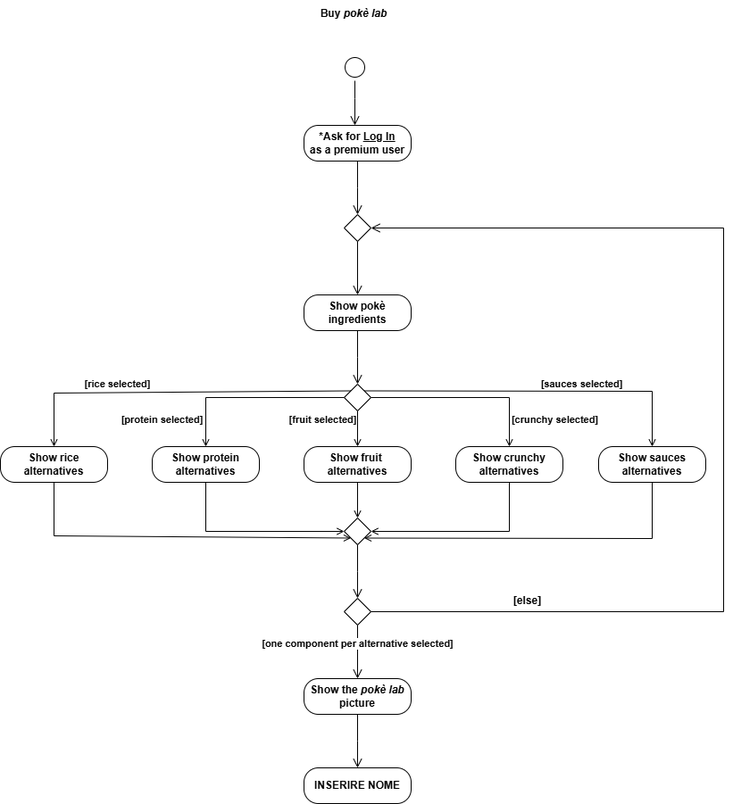
matteopinfildi/ISPW-Project keeps this draw.io diagram as diagrams/ActivityDiagram.drawio.png. Above is the earlier version. Source tidied: cells renumbered, new cells last; positions are measured from the earlier drawing's top-left corner, leaving out a move shared by most shapes.
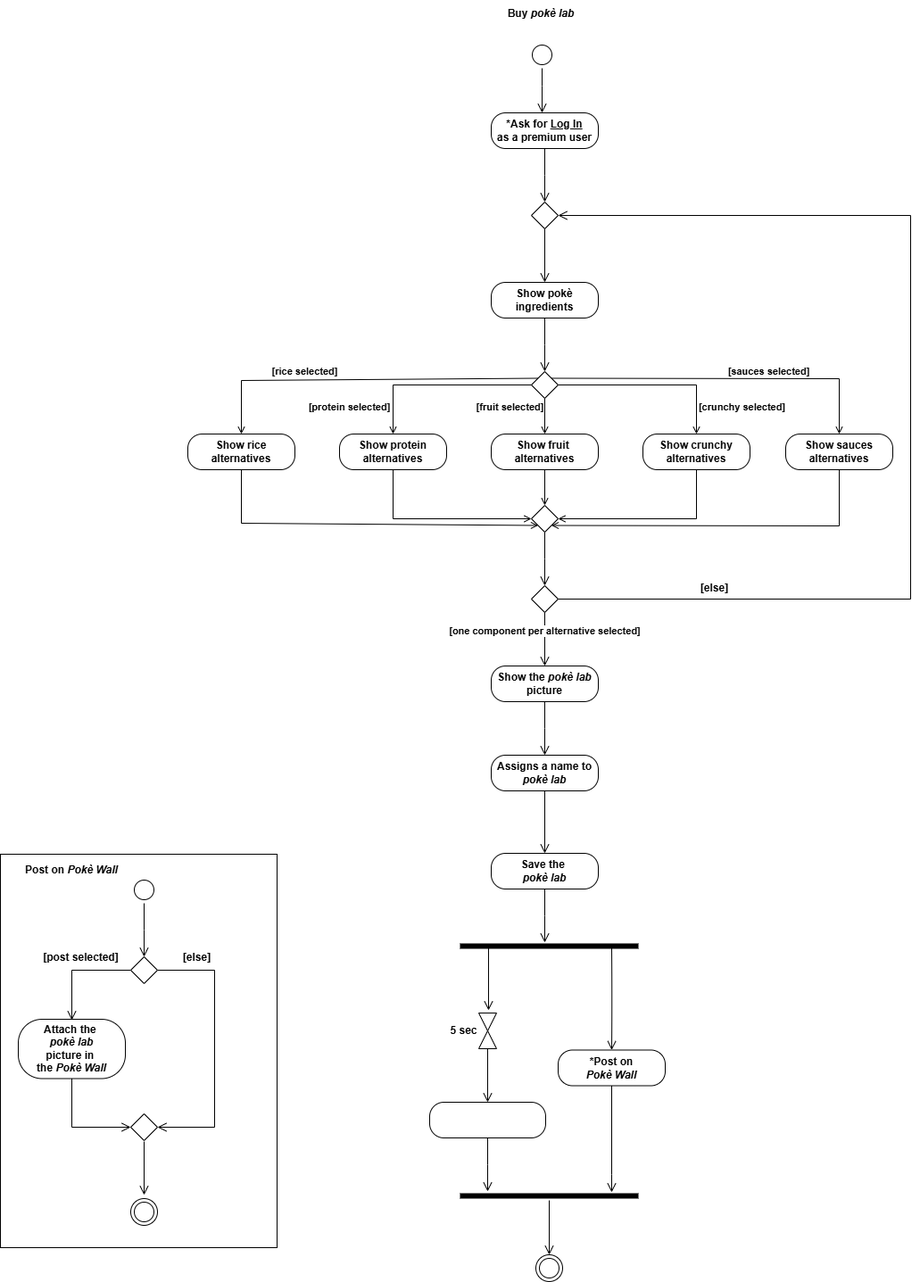
Later version of the same file.

Change to the diagram source:
```diff
@@ -3,7 +3,7 @@
     <mxCell id="0" />
     <mxCell id="1" parent="0" />
     <mxCell id="2" value="&lt;b&gt;Buy &lt;i&gt;pokè lab&lt;/i&gt;&lt;/b&gt;" style="text;html=1;align=center;verticalAlign=middle;whiteSpace=wrap;rounded=0;" parent="1" vertex="1">
-      <mxGeometry x="352" width="88" height="30" as="geometry" />
+      <mxGeometry x="352" y="14" width="88" height="30" as="geometry" />
     </mxCell>
     <mxCell id="3" style="ellipse;html=1;shape=startState;labelBackgroundColor=none;" parent="1" vertex="1">
       <mxGeometry x="382" y="60" width="30" height="30" as="geometry" />
@@ -182,8 +182,131 @@
         <mxPoint x="400" y="860" as="targetPoint" />
       </mxGeometry>
     </mxCell>
-    <mxCell id="40" value="&lt;b&gt;INSERIRE NOME&lt;/b&gt;" style="rounded=1;whiteSpace=wrap;html=1;arcSize=40;" parent="1" vertex="1">
+    <mxCell id="40" value="&lt;b&gt;Assigns a name to&lt;/b&gt;&lt;div&gt;&lt;b&gt;&lt;i&gt;pokè lab&lt;/i&gt;&lt;/b&gt;&lt;/div&gt;" style="rounded=1;whiteSpace=wrap;html=1;arcSize=40;" parent="1" vertex="1">
       <mxGeometry x="340" y="860" width="120" height="40" as="geometry" />
     </mxCell>
+    <mxCell id="41" style="edgeStyle=orthogonalEdgeStyle;html=1;verticalAlign=bottom;endArrow=open;endSize=8;rounded=0;" parent="1" edge="1">
+      <mxGeometry relative="1" as="geometry">
+        <mxPoint x="400" y="900" as="sourcePoint" />
+        <mxPoint x="400" y="970" as="targetPoint" />
+      </mxGeometry>
+    </mxCell>
+    <mxCell id="42" value="&lt;b&gt;Save the&amp;nbsp;&lt;/b&gt;&lt;div&gt;&lt;b&gt;&lt;i&gt;pokè lab&lt;/i&gt;&lt;/b&gt;&lt;/div&gt;" style="rounded=1;whiteSpace=wrap;html=1;arcSize=40;" parent="1" vertex="1">
+      <mxGeometry x="340" y="970" width="120" height="40" as="geometry" />
+    </mxCell>
+    <mxCell id="43" style="edgeStyle=orthogonalEdgeStyle;html=1;verticalAlign=bottom;endArrow=open;endSize=8;rounded=0;exitX=0.5;exitY=1;exitDx=0;exitDy=0;" parent="1" edge="1" source="42">
+      <mxGeometry relative="1" as="geometry">
+        <mxPoint x="400" y="1070" as="targetPoint" />
+      </mxGeometry>
+    </mxCell>
+    <mxCell id="44" style="shape=line;html=1;strokeWidth=6;labelBackgroundColor=none;" parent="1" vertex="1">
+      <mxGeometry x="305" y="1069" width="200" height="10" as="geometry" />
+    </mxCell>
+    <mxCell id="45" style="edgeStyle=orthogonalEdgeStyle;html=1;verticalAlign=bottom;endArrow=open;endSize=8;rounded=0;fontSize=12;curved=1;labelBackgroundColor=none;fontColor=default;" parent="1" edge="1">
+      <mxGeometry relative="1" as="geometry">
+        <mxPoint x="337" y="1076" as="sourcePoint" />
+        <mxPoint x="337" y="1146" as="targetPoint" />
+      </mxGeometry>
+    </mxCell>
+    <mxCell id="46" style="edgeStyle=orthogonalEdgeStyle;html=1;verticalAlign=bottom;endArrow=open;endSize=8;rounded=0;fontSize=12;curved=1;labelBackgroundColor=none;fontColor=default;entryX=0.5;entryY=0;entryDx=0;entryDy=0;" parent="1" edge="1" target="48">
+      <mxGeometry relative="1" as="geometry">
+        <mxPoint x="475" y="1076" as="sourcePoint" />
+      </mxGeometry>
+    </mxCell>
+    <mxCell id="47" value="&lt;b&gt;5 sec&lt;/b&gt;" style="shape=collate;html=1;spacingLeft=-55;labelBackgroundColor=none;" parent="1" vertex="1">
+      <mxGeometry x="326" y="1149" width="20" height="40" as="geometry" />
+    </mxCell>
+    <mxCell id="48" value="&lt;b&gt;*Post on&lt;/b&gt;&lt;div&gt;&lt;b&gt;&lt;i&gt;Pokè Wall&lt;/i&gt;&lt;/b&gt;&lt;/div&gt;" style="rounded=1;whiteSpace=wrap;html=1;arcSize=40;labelBackgroundColor=none;" parent="1" vertex="1">
+      <mxGeometry x="415" y="1190.5" width="120" height="40" as="geometry" />
+    </mxCell>
+    <mxCell id="49" style="edgeStyle=orthogonalEdgeStyle;html=1;verticalAlign=bottom;endArrow=open;endSize=8;rounded=0;fontSize=12;curved=1;labelBackgroundColor=none;fontColor=default;exitX=0.5;exitY=1;exitDx=0;exitDy=0;" parent="1" edge="1" source="48">
+      <mxGeometry relative="1" as="geometry">
+        <mxPoint x="475" y="1350" as="targetPoint" />
+        <Array as="points">
+          <mxPoint x="475" y="1330" />
+          <mxPoint x="475" y="1330" />
+        </Array>
+      </mxGeometry>
+    </mxCell>
+    <mxCell id="50" style="edgeStyle=orthogonalEdgeStyle;html=1;verticalAlign=bottom;endArrow=open;endSize=8;rounded=0;fontSize=12;curved=1;labelBackgroundColor=none;fontColor=default;" parent="1" edge="1">
+      <mxGeometry relative="1" as="geometry">
+        <mxPoint x="336" y="1189" as="sourcePoint" />
+        <mxPoint x="336" y="1249" as="targetPoint" />
+      </mxGeometry>
+    </mxCell>
+    <mxCell id="51" style="rounded=1;whiteSpace=wrap;html=1;arcSize=40;labelBackgroundColor=none;" parent="1" vertex="1">
+      <mxGeometry x="271" y="1249" width="130" height="40" as="geometry" />
+    </mxCell>
+    <mxCell id="52" style="edgeStyle=orthogonalEdgeStyle;html=1;verticalAlign=bottom;endArrow=open;endSize=8;rounded=0;fontSize=12;curved=1;labelBackgroundColor=none;fontColor=default;" parent="1" edge="1" source="51">
+      <mxGeometry relative="1" as="geometry">
+        <mxPoint x="336" y="1349" as="targetPoint" />
+      </mxGeometry>
+    </mxCell>
+    <mxCell id="53" style="shape=line;html=1;strokeWidth=6;labelBackgroundColor=none;" parent="1" vertex="1">
+      <mxGeometry x="305" y="1349" width="200" height="10" as="geometry" />
+    </mxCell>
+    <mxCell id="54" style="edgeStyle=orthogonalEdgeStyle;html=1;verticalAlign=bottom;endArrow=open;endSize=8;rounded=0;" parent="1" edge="1" source="53">
+      <mxGeometry relative="1" as="geometry">
+        <mxPoint x="405" y="1420" as="targetPoint" />
+      </mxGeometry>
+    </mxCell>
+    <mxCell id="55" style="ellipse;html=1;shape=endState;" parent="1" vertex="1">
+      <mxGeometry x="390" y="1420" width="30" height="30" as="geometry" />
+    </mxCell>
+    <mxCell id="56" style="rounded=0;whiteSpace=wrap;html=1;fillColor=none;labelBackgroundColor=none;" parent="1" vertex="1">
+      <mxGeometry x="-210" y="971" width="310" height="441" as="geometry" />
+    </mxCell>
+    <mxCell id="57" style="ellipse;html=1;shape=startState;labelBackgroundColor=none;" parent="1" vertex="1">
+      <mxGeometry x="-64" y="996" width="30" height="30" as="geometry" />
+    </mxCell>
+    <mxCell id="58" style="edgeStyle=orthogonalEdgeStyle;html=1;verticalAlign=bottom;endArrow=open;endSize=8;rounded=0;fontSize=12;curved=1;labelBackgroundColor=none;fontColor=default;" parent="1" edge="1" source="57">
+      <mxGeometry relative="1" as="geometry">
+        <mxPoint x="-49" y="1086" as="targetPoint" />
+      </mxGeometry>
+    </mxCell>
+    <mxCell id="59" value="&lt;b&gt;Attach the&amp;nbsp;&lt;/b&gt;&lt;div&gt;&lt;b style=&quot;background-color: transparent; color: light-dark(rgb(0, 0, 0), rgb(255, 255, 255));&quot;&gt;&lt;i&gt;pokè lab&lt;/i&gt;&lt;/b&gt;&lt;/div&gt;&lt;div&gt;&lt;b style=&quot;background-color: transparent; color: light-dark(rgb(0, 0, 0), rgb(255, 255, 255));&quot;&gt;picture in&amp;nbsp;&lt;/b&gt;&lt;/div&gt;&lt;div&gt;&lt;div&gt;&lt;b&gt;the &lt;i&gt;Pokè Wall&lt;/i&gt;&lt;/b&gt;&lt;/div&gt;&lt;/div&gt;" style="rounded=1;whiteSpace=wrap;html=1;arcSize=40;labelBackgroundColor=none;" parent="1" vertex="1">
+      <mxGeometry x="-190" y="1156" width="120" height="66.5" as="geometry" />
+    </mxCell>
+    <mxCell id="60" style="edgeStyle=orthogonalEdgeStyle;html=1;verticalAlign=bottom;endArrow=open;endSize=8;rounded=0;fontSize=12;curved=0;entryX=0;entryY=0.5;entryDx=0;entryDy=0;labelBackgroundColor=none;fontColor=default;" parent="1" edge="1" source="59" target="64">
+      <mxGeometry relative="1" as="geometry">
+        <Array as="points">
+          <mxPoint x="-130" y="1277" />
+        </Array>
+      </mxGeometry>
+    </mxCell>
+    <mxCell id="61" value="&lt;b&gt;[post selected]&lt;/b&gt;" style="edgeStyle=none;curved=0;rounded=0;jettySize=auto;html=1;exitX=0;exitY=0.5;exitDx=0;exitDy=0;fontSize=12;startSize=8;endSize=8;labelBackgroundColor=none;fontColor=default;endArrow=open;endFill=0;" parent="1" edge="1" source="63">
+      <mxGeometry x="-0.08" y="-14" relative="1" as="geometry">
+        <mxPoint x="-130" y="1157" as="targetPoint" />
+        <Array as="points">
+          <mxPoint x="-130" y="1101" />
+        </Array>
+      </mxGeometry>
+    </mxCell>
+    <mxCell id="62" value="&lt;b&gt;[else]&lt;/b&gt;" style="edgeStyle=none;curved=0;rounded=0;jettySize=auto;html=1;exitX=1;exitY=0.5;exitDx=0;exitDy=0;fontSize=12;startSize=8;endSize=8;entryX=1;entryY=0.5;entryDx=0;entryDy=0;labelBackgroundColor=none;fontColor=default;endArrow=open;endFill=0;" parent="1" edge="1" source="63" target="64">
+      <mxGeometry x="-0.71" y="14" relative="1" as="geometry">
+        <Array as="points">
+          <mxPoint x="30" y="1101" />
+          <mxPoint x="30" y="1277" />
+        </Array>
+      </mxGeometry>
+    </mxCell>
+    <mxCell id="63" style="rhombus;whiteSpace=wrap;html=1;labelBackgroundColor=none;" parent="1" vertex="1">
+      <mxGeometry x="-64" y="1086" width="30" height="30" as="geometry" />
+    </mxCell>
+    <mxCell id="64" style="rhombus;whiteSpace=wrap;html=1;labelBackgroundColor=none;" parent="1" vertex="1">
+      <mxGeometry x="-64" y="1262" width="30" height="30" as="geometry" />
+    </mxCell>
+    <mxCell id="65" style="ellipse;html=1;shape=endState;labelBackgroundColor=none;" parent="1" vertex="1">
+      <mxGeometry x="-64" y="1357" width="30" height="30" as="geometry" />
+    </mxCell>
+    <mxCell id="66" style="edgeStyle=orthogonalEdgeStyle;html=1;verticalAlign=bottom;endArrow=open;endSize=8;rounded=0;fontSize=12;curved=1;labelBackgroundColor=none;fontColor=default;" parent="1" edge="1">
+      <mxGeometry relative="1" as="geometry">
+        <mxPoint x="-49" y="1293" as="sourcePoint" />
+        <mxPoint x="-49" y="1353" as="targetPoint" />
+      </mxGeometry>
+    </mxCell>
+    <mxCell id="67" value="&lt;span style=&quot;font-size: 12px;&quot;&gt;&lt;b&gt;Post on &lt;i&gt;Pokè Wall&lt;/i&gt;&lt;/b&gt;&lt;/span&gt;" style="text;strokeColor=none;fillColor=none;html=1;align=center;verticalAlign=middle;whiteSpace=wrap;rounded=0;fontSize=16;labelBackgroundColor=none;" parent="1" vertex="1">
+      <mxGeometry x="-205" y="971.5" width="150" height="30" as="geometry" />
+    </mxCell>
   </root>
 </mxGraphModel>
```
